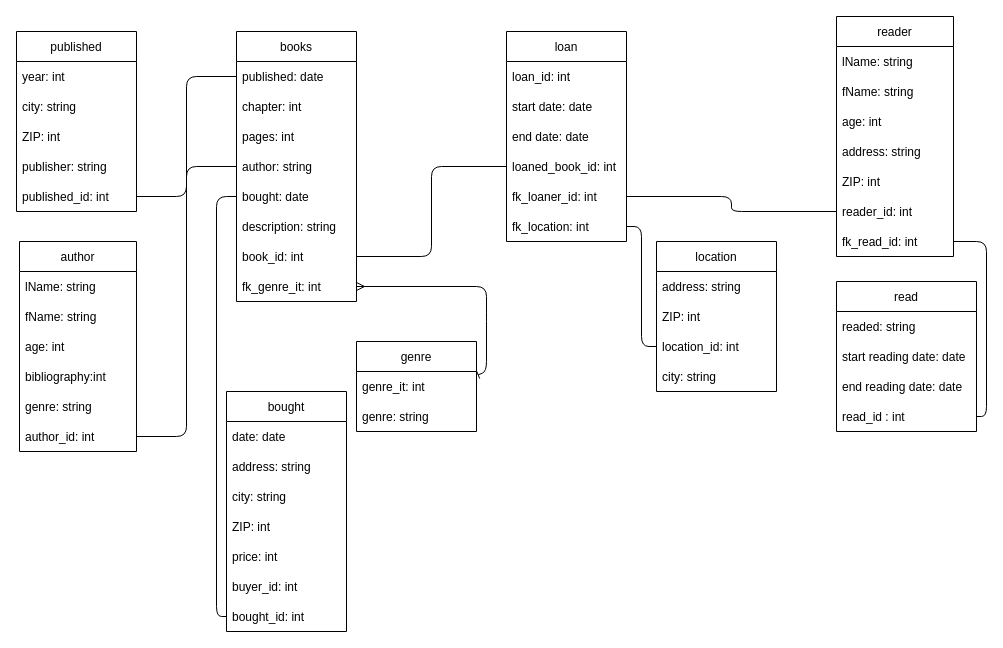
Earlier version of the draw.io diagram page "Step 4_Norm" (4 of 4) of Sanja ex1-3/ex1.drawio (KateKatze/07.03_SQL). Source tidied: cells renumbered, new cells numbered last; positions are measured from the earlier drawing's top-left corner, leaving out a move shared by most shapes. Both pictures are drawn from the tidied source at 100%, with x=0, y=0 at pixel (16, 16).
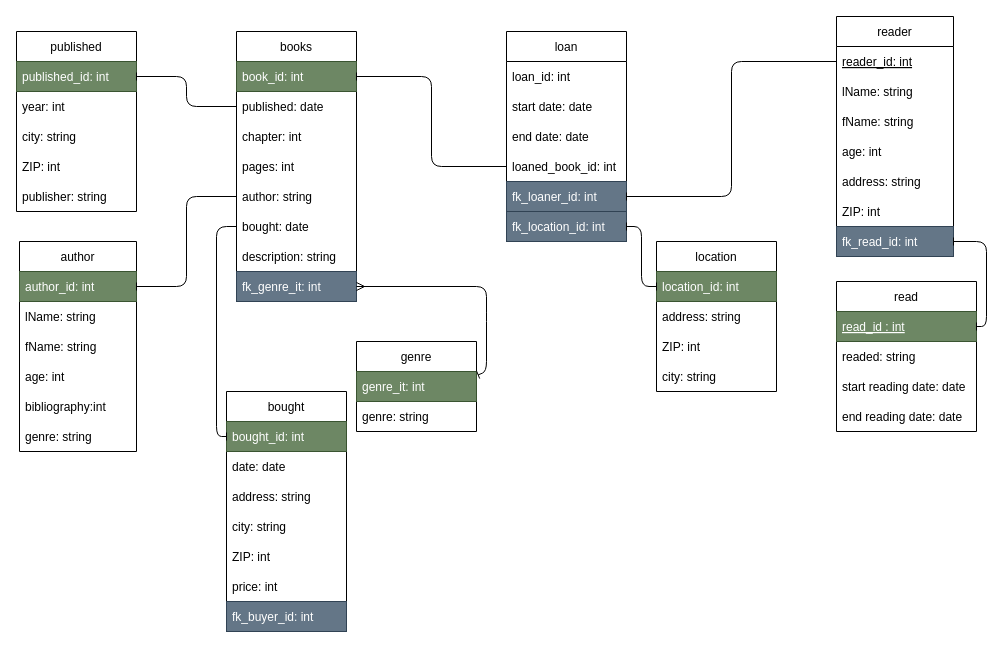
The same diagram, later.

The change refers to these unchanged cells:
```xml
<mxCell id="2" value="books" style="swimlane;fontStyle=0;horizontal=1;startSize=30;" parent="1" vertex="1">
  <mxGeometry x="220" y="15" width="120" height="270" as="geometry" />
</mxCell>
<mxCell id="11" value="location" style="swimlane;fontStyle=0;horizontal=1;startSize=30;" parent="1" vertex="1">
  <mxGeometry x="640" y="225" width="120" height="150" as="geometry" />
</mxCell>
<mxCell id="16" value="reader" style="swimlane;fontStyle=0;horizontal=1;startSize=30;" parent="1" vertex="1">
  <mxGeometry x="820" width="117" height="240" as="geometry" />
</mxCell>
<mxCell id="24" value="loan" style="swimlane;fontStyle=0;horizontal=1;startSize=30;" parent="1" vertex="1">
  <mxGeometry x="490" y="15" width="120" height="210" as="geometry" />
</mxCell>
<mxCell id="31" value="genre" style="swimlane;fontStyle=0;horizontal=1;startSize=30;" parent="1" vertex="1">
  <mxGeometry x="340" y="325" width="120" height="90" as="geometry" />
</mxCell>
<mxCell id="35" value="read" style="swimlane;fontStyle=0;horizontal=1;startSize=30;" parent="1" vertex="1">
  <mxGeometry x="820" y="265" width="140" height="150" as="geometry" />
</mxCell>
<mxCell id="44" value="author" style="swimlane;fontStyle=0;horizontal=1;startSize=30;" parent="1" vertex="1">
  <mxGeometry x="3" y="225" width="117" height="210" as="geometry" />
</mxCell>
<mxCell id="52" value="published" style="swimlane;fontStyle=0;horizontal=1;startSize=30;" parent="1" vertex="1">
  <mxGeometry y="15" width="120" height="180" as="geometry" />
</mxCell>
<mxCell id="59" value="bought" style="swimlane;fontStyle=0;horizontal=1;startSize=30;" parent="1" vertex="1">
  <mxGeometry x="210" y="375" width="120" height="240" as="geometry" />
</mxCell>
```

Diff of the diagram source:
```diff
@@
+    <mxCell id="9" value="book_id: int" style="text;strokeColor=#3A5431;fillColor=#6d8764;align=left;verticalAlign=middle;spacingLeft=4;spacingRight=4;overflow=hidden;points=[[0,0.5],[1,0.5]];portConstraint=eastwest;fontColor=#ffffff;" parent="2" vertex="1">
+      <mxGeometry y="30" width="120" height="30" as="geometry" />
+    </mxCell>
     <mxCell id="3" value="published: date" style="text;strokeColor=none;fillColor=none;align=left;verticalAlign=middle;spacingLeft=4;spacingRight=4;overflow=hidden;points=[[0,0.5],[1,0.5]];portConstraint=eastwest;" parent="2" vertex="1">
-      <mxGeometry y="30" width="120" height="30" as="geometry" />
+      <mxGeometry y="60" width="120" height="30" as="geometry" />
     </mxCell>
     <mxCell id="4" value="chapter: int" style="text;strokeColor=none;fillColor=none;align=left;verticalAlign=middle;spacingLeft=4;spacingRight=4;overflow=hidden;" parent="2" vertex="1">
-      <mxGeometry y="60" width="120" height="30" as="geometry" />
+      <mxGeometry y="90" width="120" height="30" as="geometry" />
     </mxCell>
     <mxCell id="5" value="pages: int" style="text;strokeColor=none;fillColor=none;align=left;verticalAlign=middle;spacingLeft=4;spacingRight=4;overflow=hidden;" parent="2" vertex="1">
-      <mxGeometry y="90" width="120" height="30" as="geometry" />
+      <mxGeometry y="120" width="120" height="30" as="geometry" />
     </mxCell>
     <mxCell id="6" value="author: string" style="text;strokeColor=none;fillColor=none;align=left;verticalAlign=middle;spacingLeft=4;spacingRight=4;overflow=hidden;points=[[0,0.5],[1,0.5]];portConstraint=eastwest;" parent="2" vertex="1">
-      <mxGeometry y="120" width="120" height="30" as="geometry" />
+      <mxGeometry y="150" width="120" height="30" as="geometry" />
     </mxCell>
     <mxCell id="7" value="bought: date" style="text;strokeColor=none;fillColor=none;align=left;verticalAlign=middle;spacingLeft=4;spacingRight=4;overflow=hidden;points=[[0,0.5],[1,0.5]];portConstraint=eastwest;" parent="2" vertex="1">
-      <mxGeometry y="150" width="120" height="30" as="geometry" />
+      <mxGeometry y="180" width="120" height="30" as="geometry" />
     </mxCell>
     <mxCell id="8" value="description: string" style="text;strokeColor=none;fillColor=none;align=left;verticalAlign=middle;spacingLeft=4;spacingRight=4;overflow=hidden;" parent="2" vertex="1">
-      <mxGeometry y="180" width="120" height="30" as="geometry" />
+      <mxGeometry y="210" width="120" height="30" as="geometry" />
     </mxCell>
-    <mxCell id="9" value="book_id: int" style="text;strokeColor=none;fillColor=none;align=left;verticalAlign=middle;spacingLeft=4;spacingRight=4;overflow=hidden;points=[[0,0.5],[1,0.5]];portConstraint=eastwest;" parent="2" vertex="1">
-      <mxGeometry y="210" width="120" height="30" as="geometry" />
-    </mxCell>
-    <mxCell id="10" value="fk_genre_it: int" style="text;strokeColor=none;fillColor=none;align=left;verticalAlign=middle;spacingLeft=4;spacingRight=4;overflow=hidden;points=[[0,0.5],[1,0.5]];portConstraint=eastwest;" parent="2" vertex="1">
+    <mxCell id="10" value="fk_genre_it: int" style="text;strokeColor=#314354;fillColor=#647687;align=left;verticalAlign=middle;spacingLeft=4;spacingRight=4;overflow=hidden;points=[[0,0.5],[1,0.5]];portConstraint=eastwest;fontColor=#ffffff;" parent="2" vertex="1">
       <mxGeometry y="240" width="120" height="30" as="geometry" />
     </mxCell>
@@
+    <mxCell id="14" value="location_id: int" style="text;strokeColor=#3A5431;fillColor=#6d8764;align=left;verticalAlign=middle;spacingLeft=4;spacingRight=4;overflow=hidden;points=[[0,0.5],[1,0.5]];portConstraint=eastwest;fontColor=#ffffff;" parent="11" vertex="1">
+      <mxGeometry y="30" width="120" height="30" as="geometry" />
+    </mxCell>
     <mxCell id="12" value="address: string" style="text;strokeColor=none;fillColor=none;align=left;verticalAlign=middle;spacingLeft=4;spacingRight=4;overflow=hidden;" parent="11" vertex="1">
-      <mxGeometry y="30" width="120" height="30" as="geometry" />
+      <mxGeometry y="60" width="120" height="30" as="geometry" />
     </mxCell>
     <mxCell id="13" value="ZIP: int" style="text;strokeColor=none;fillColor=none;align=left;verticalAlign=middle;spacingLeft=4;spacingRight=4;overflow=hidden;" parent="11" vertex="1">
-      <mxGeometry y="60" width="120" height="30" as="geometry" />
+      <mxGeometry y="90" width="120" height="30" as="geometry" />
     </mxCell>
-    <mxCell id="14" value="location_id: int" style="text;strokeColor=none;fillColor=none;align=left;verticalAlign=middle;spacingLeft=4;spacingRight=4;overflow=hidden;points=[[0,0.5],[1,0.5]];portConstraint=eastwest;" parent="11" vertex="1">
-      <mxGeometry y="90" width="120" height="30" as="geometry" />
-    </mxCell>
@@
+    <mxCell id="22" value="reader_id: int" style="text;strokeColor=none;fillColor=none;align=left;verticalAlign=middle;spacingLeft=4;spacingRight=4;overflow=hidden;points=[[0,0.5],[1,0.5]];portConstraint=eastwest;fontStyle=4;" parent="16" vertex="1">
+      <mxGeometry y="30" width="117" height="30" as="geometry" />
+    </mxCell>
     <mxCell id="17" value="lName: string" style="text;strokeColor=none;fillColor=none;align=left;verticalAlign=middle;spacingLeft=4;spacingRight=4;overflow=hidden;" parent="16" vertex="1">
-      <mxGeometry y="30" width="117" height="30" as="geometry" />
+      <mxGeometry y="60" width="117" height="30" as="geometry" />
     </mxCell>
     <mxCell id="18" value="fName: string" style="text;strokeColor=none;fillColor=none;align=left;verticalAlign=middle;spacingLeft=4;spacingRight=4;overflow=hidden;" parent="16" vertex="1">
-      <mxGeometry y="60" width="117" height="30" as="geometry" />
+      <mxGeometry y="90" width="117" height="30" as="geometry" />
     </mxCell>
     <mxCell id="19" value="age: int" style="text;strokeColor=none;fillColor=none;align=left;verticalAlign=middle;spacingLeft=4;spacingRight=4;overflow=hidden;" parent="16" vertex="1">
-      <mxGeometry y="90" width="117" height="30" as="geometry" />
+      <mxGeometry y="120" width="117" height="30" as="geometry" />
     </mxCell>
     <mxCell id="20" value="address: string" style="text;strokeColor=none;fillColor=none;align=left;verticalAlign=middle;spacingLeft=4;spacingRight=4;overflow=hidden;" parent="16" vertex="1">
-      <mxGeometry y="120" width="117" height="30" as="geometry" />
+      <mxGeometry y="150" width="117" height="30" as="geometry" />
     </mxCell>
     <mxCell id="21" value="ZIP: int" style="text;strokeColor=none;fillColor=none;align=left;verticalAlign=middle;spacingLeft=4;spacingRight=4;overflow=hidden;" parent="16" vertex="1">
-      <mxGeometry y="150" width="117" height="30" as="geometry" />
+      <mxGeometry y="180" width="117" height="30" as="geometry" />
     </mxCell>
-    <mxCell id="22" value="reader_id: int" style="text;strokeColor=none;fillColor=none;align=left;verticalAlign=middle;spacingLeft=4;spacingRight=4;overflow=hidden;points=[[0,0.5],[1,0.5]];portConstraint=eastwest;" parent="16" vertex="1">
-      <mxGeometry y="180" width="117" height="30" as="geometry" />
-    </mxCell>
-    <mxCell id="23" value="fk_read_id: int" style="text;strokeColor=none;fillColor=none;align=left;verticalAlign=middle;spacingLeft=4;spacingRight=4;overflow=hidden;points=[[0,0.5],[1,0.5]];portConstraint=eastwest;" parent="16" vertex="1">
+    <mxCell id="23" value="fk_read_id: int" style="text;strokeColor=#314354;fillColor=#647687;align=left;verticalAlign=middle;spacingLeft=4;spacingRight=4;overflow=hidden;points=[[0,0.5],[1,0.5]];portConstraint=eastwest;fontColor=#ffffff;" parent="16" vertex="1">
       <mxGeometry y="210" width="117" height="30" as="geometry" />
     </mxCell>
@@
-    <mxCell id="29" value="fk_loaner_id: int" style="text;strokeColor=none;fillColor=none;align=left;verticalAlign=middle;spacingLeft=4;spacingRight=4;overflow=hidden;points=[[0,0.5],[1,0.5]];portConstraint=eastwest;" parent="24" vertex="1">
+    <mxCell id="29" value="fk_loaner_id: int" style="text;strokeColor=#314354;fillColor=#647687;align=left;verticalAlign=middle;spacingLeft=4;spacingRight=4;overflow=hidden;points=[[0,0.5],[1,0.5]];portConstraint=eastwest;fontColor=#ffffff;" parent="24" vertex="1">
       <mxGeometry y="150" width="120" height="30" as="geometry" />
     </mxCell>
-    <mxCell id="30" value="fk_location: int" style="text;strokeColor=none;fillColor=none;align=left;verticalAlign=middle;spacingLeft=4;spacingRight=4;overflow=hidden;points=[[0,0.5],[1,0.5]];portConstraint=eastwest;" parent="24" vertex="1">
+    <mxCell id="30" value="fk_location_id: int" style="text;strokeColor=#314354;fillColor=#647687;align=left;verticalAlign=middle;spacingLeft=4;spacingRight=4;overflow=hidden;points=[[0,0.5],[1,0.5]];portConstraint=eastwest;fontColor=#ffffff;" parent="24" vertex="1">
       <mxGeometry y="180" width="120" height="30" as="geometry" />
     </mxCell>
@@
-    <mxCell id="32" value="genre_it: int" style="text;strokeColor=none;fillColor=none;align=left;verticalAlign=middle;spacingLeft=4;spacingRight=4;overflow=hidden;points=[[0,0.5],[1,0.5]];portConstraint=eastwest;" parent="31" vertex="1">
+    <mxCell id="32" value="genre_it: int" style="text;strokeColor=#3A5431;fillColor=#6d8764;align=left;verticalAlign=middle;spacingLeft=4;spacingRight=4;overflow=hidden;points=[[0,0.5],[1,0.5]];portConstraint=eastwest;fontColor=#ffffff;" parent="31" vertex="1">
       <mxGeometry y="30" width="120" height="30" as="geometry" />
     </mxCell>
@@
+    <mxCell id="39" value="read_id : int" style="text;strokeColor=#3A5431;fillColor=#6d8764;align=left;verticalAlign=middle;spacingLeft=4;spacingRight=4;overflow=hidden;points=[[0,0.5],[1,0.5]];portConstraint=eastwest;fontStyle=4;fontColor=#ffffff;" parent="35" vertex="1">
+      <mxGeometry y="30" width="140" height="30" as="geometry" />
+    </mxCell>
     <mxCell id="36" value="readed: string" style="text;strokeColor=none;fillColor=none;align=left;verticalAlign=middle;spacingLeft=4;spacingRight=4;overflow=hidden;" parent="35" vertex="1">
-      <mxGeometry y="30" width="140" height="30" as="geometry" />
+      <mxGeometry y="60" width="140" height="30" as="geometry" />
     </mxCell>
     <mxCell id="37" value="start reading date: date" style="text;strokeColor=none;fillColor=none;align=left;verticalAlign=middle;spacingLeft=4;spacingRight=4;overflow=hidden;" parent="35" vertex="1">
-      <mxGeometry y="60" width="140" height="30" as="geometry" />
+      <mxGeometry y="90" width="140" height="30" as="geometry" />
     </mxCell>
     <mxCell id="38" value="end reading date: date" style="text;strokeColor=none;fillColor=none;align=left;verticalAlign=middle;spacingLeft=4;spacingRight=4;overflow=hidden;" parent="35" vertex="1">
-      <mxGeometry y="90" width="140" height="30" as="geometry" />
+      <mxGeometry y="120" width="140" height="30" as="geometry" />
     </mxCell>
-    <mxCell id="39" value="read_id : int" style="text;strokeColor=none;fillColor=none;align=left;verticalAlign=middle;spacingLeft=4;spacingRight=4;overflow=hidden;points=[[0,0.5],[1,0.5]];portConstraint=eastwest;" parent="35" vertex="1">
-      <mxGeometry y="120" width="140" height="30" as="geometry" />
-    </mxCell>
@@
+    <mxCell id="50" value="author_id: int" style="text;strokeColor=#3A5431;fillColor=#6d8764;align=left;verticalAlign=middle;spacingLeft=4;spacingRight=4;overflow=hidden;points=[[0,0.5],[1,0.5]];portConstraint=eastwest;fontColor=#ffffff;" parent="44" vertex="1">
+      <mxGeometry y="30" width="117" height="30" as="geometry" />
+    </mxCell>
     <mxCell id="45" value="lName: string" style="text;strokeColor=none;fillColor=none;align=left;verticalAlign=middle;spacingLeft=4;spacingRight=4;overflow=hidden;" parent="44" vertex="1">
-      <mxGeometry y="30" width="117" height="30" as="geometry" />
+      <mxGeometry y="60" width="117" height="30" as="geometry" />
     </mxCell>
     <mxCell id="46" value="fName: string" style="text;strokeColor=none;fillColor=none;align=left;verticalAlign=middle;spacingLeft=4;spacingRight=4;overflow=hidden;" parent="44" vertex="1">
-      <mxGeometry y="60" width="117" height="30" as="geometry" />
+      <mxGeometry y="90" width="117" height="30" as="geometry" />
     </mxCell>
     <mxCell id="47" value="age: int" style="text;strokeColor=none;fillColor=none;align=left;verticalAlign=middle;spacingLeft=4;spacingRight=4;overflow=hidden;" parent="44" vertex="1">
-      <mxGeometry y="90" width="117" height="30" as="geometry" />
+      <mxGeometry y="120" width="117" height="30" as="geometry" />
     </mxCell>
     <mxCell id="48" value="bibliography:int" style="text;strokeColor=none;fillColor=none;align=left;verticalAlign=middle;spacingLeft=4;spacingRight=4;overflow=hidden;" parent="44" vertex="1">
-      <mxGeometry y="120" width="117" height="30" as="geometry" />
+      <mxGeometry y="150" width="117" height="30" as="geometry" />
     </mxCell>
     <mxCell id="49" value="genre: string" style="text;strokeColor=none;fillColor=none;align=left;verticalAlign=middle;spacingLeft=4;spacingRight=4;overflow=hidden;" parent="44" vertex="1">
-      <mxGeometry y="150" width="117" height="30" as="geometry" />
+      <mxGeometry y="180" width="117" height="30" as="geometry" />
     </mxCell>
-    <mxCell id="50" value="author_id: int" style="text;strokeColor=none;fillColor=none;align=left;verticalAlign=middle;spacingLeft=4;spacingRight=4;overflow=hidden;points=[[0,0.5],[1,0.5]];portConstraint=eastwest;" parent="44" vertex="1">
-      <mxGeometry y="180" width="117" height="30" as="geometry" />
-    </mxCell>
@@
+    <mxCell id="57" value="published_id: int" style="text;strokeColor=#3A5431;fillColor=#6d8764;align=left;verticalAlign=middle;spacingLeft=4;spacingRight=4;overflow=hidden;points=[[0,0.5],[1,0.5]];portConstraint=eastwest;fontColor=#ffffff;" parent="52" vertex="1">
+      <mxGeometry y="30" width="120" height="30" as="geometry" />
+    </mxCell>
     <mxCell id="53" value="year: int" style="text;strokeColor=none;fillColor=none;align=left;verticalAlign=middle;spacingLeft=4;spacingRight=4;overflow=hidden;" parent="52" vertex="1">
-      <mxGeometry y="30" width="120" height="30" as="geometry" />
+      <mxGeometry y="60" width="120" height="30" as="geometry" />
     </mxCell>
     <mxCell id="54" value="city: string" style="text;strokeColor=none;fillColor=none;align=left;verticalAlign=middle;spacingLeft=4;spacingRight=4;overflow=hidden;" parent="52" vertex="1">
-      <mxGeometry y="60" width="120" height="30" as="geometry" />
+      <mxGeometry y="90" width="120" height="30" as="geometry" />
     </mxCell>
     <mxCell id="55" value="ZIP: int" style="text;strokeColor=none;fillColor=none;align=left;verticalAlign=middle;spacingLeft=4;spacingRight=4;overflow=hidden;" parent="52" vertex="1">
-      <mxGeometry y="90" width="120" height="30" as="geometry" />
+      <mxGeometry y="120" width="120" height="30" as="geometry" />
     </mxCell>
     <mxCell id="56" value="publisher: string" style="text;strokeColor=none;fillColor=none;align=left;verticalAlign=middle;spacingLeft=4;spacingRight=4;overflow=hidden;" parent="52" vertex="1">
-      <mxGeometry y="120" width="120" height="30" as="geometry" />
+      <mxGeometry y="150" width="120" height="30" as="geometry" />
     </mxCell>
-    <mxCell id="57" value="published_id: int" style="text;strokeColor=none;fillColor=none;align=left;verticalAlign=middle;spacingLeft=4;spacingRight=4;overflow=hidden;points=[[0,0.5],[1,0.5]];portConstraint=eastwest;" parent="52" vertex="1">
-      <mxGeometry y="150" width="120" height="30" as="geometry" />
-    </mxCell>
@@
+    <mxCell id="66" value="bought_id: int" style="text;strokeColor=#3A5431;fillColor=#6d8764;align=left;verticalAlign=middle;spacingLeft=4;spacingRight=4;overflow=hidden;points=[[0,0.5],[1,0.5]];portConstraint=eastwest;fontColor=#ffffff;" parent="59" vertex="1">
+      <mxGeometry y="30" width="120" height="30" as="geometry" />
+    </mxCell>
     <mxCell id="60" value="date: date" style="text;strokeColor=none;fillColor=none;align=left;verticalAlign=middle;spacingLeft=4;spacingRight=4;overflow=hidden;" parent="59" vertex="1">
-      <mxGeometry y="30" width="120" height="30" as="geometry" />
+      <mxGeometry y="60" width="120" height="30" as="geometry" />
     </mxCell>
     <mxCell id="61" value="address: string" style="text;strokeColor=none;fillColor=none;align=left;verticalAlign=middle;spacingLeft=4;spacingRight=4;overflow=hidden;" parent="59" vertex="1">
-      <mxGeometry y="60" width="120" height="30" as="geometry" />
+      <mxGeometry y="90" width="120" height="30" as="geometry" />
     </mxCell>
     <mxCell id="62" value="city: string" style="text;strokeColor=none;fillColor=none;align=left;verticalAlign=middle;spacingLeft=4;spacingRight=4;overflow=hidden;" parent="59" vertex="1">
-      <mxGeometry y="90" width="120" height="30" as="geometry" />
+      <mxGeometry y="120" width="120" height="30" as="geometry" />
     </mxCell>
     <mxCell id="63" value="ZIP: int" style="text;strokeColor=none;fillColor=none;align=left;verticalAlign=middle;spacingLeft=4;spacingRight=4;overflow=hidden;" parent="59" vertex="1">
-      <mxGeometry y="120" width="120" height="30" as="geometry" />
+      <mxGeometry y="150" width="120" height="30" as="geometry" />
     </mxCell>
     <mxCell id="64" value="price: int" style="text;strokeColor=none;fillColor=none;align=left;verticalAlign=middle;spacingLeft=4;spacingRight=4;overflow=hidden;" parent="59" vertex="1">
-      <mxGeometry y="150" width="120" height="30" as="geometry" />
+      <mxGeometry y="180" width="120" height="30" as="geometry" />
     </mxCell>
-    <mxCell id="65" value="buyer_id: int" style="text;strokeColor=none;fillColor=none;align=left;verticalAlign=middle;spacingLeft=4;spacingRight=4;overflow=hidden;" parent="59" vertex="1">
-      <mxGeometry y="180" width="120" height="30" as="geometry" />
+    <mxCell id="65" value="fk_buyer_id: int" style="text;strokeColor=#314354;fillColor=#647687;align=left;verticalAlign=middle;spacingLeft=4;spacingRight=4;overflow=hidden;fontColor=#ffffff;" parent="59" vertex="1">
+      <mxGeometry y="210" width="120" height="30" as="geometry" />
     </mxCell>
-    <mxCell id="66" value="bought_id: int" style="text;strokeColor=none;fillColor=none;align=left;verticalAlign=middle;spacingLeft=4;spacingRight=4;overflow=hidden;points=[[0,0.5],[1,0.5]];portConstraint=eastwest;" parent="59" vertex="1">
-      <mxGeometry y="210" width="120" height="30" as="geometry" />
-    </mxCell>
```
